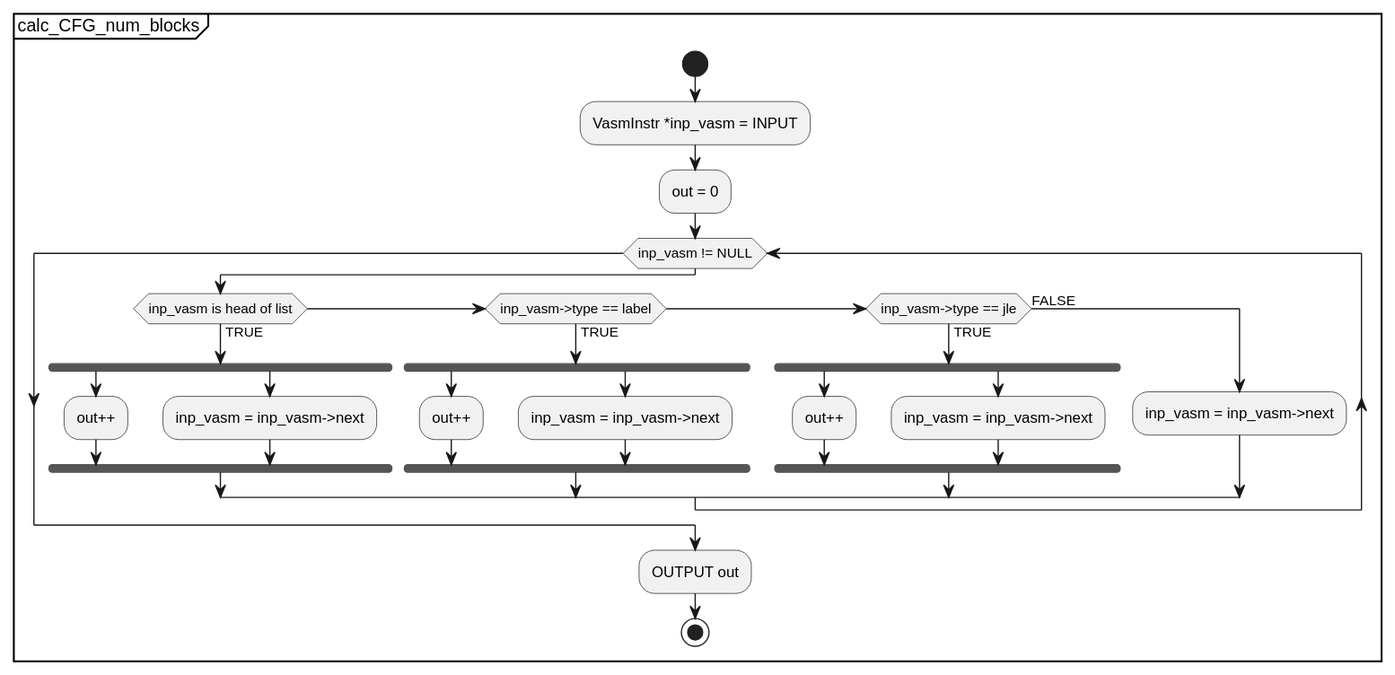
KeithCBrett/Python-Compiler keeps this PlantUML diagram as docs/UML/Control_Flow_Graph_Generation_Scheme/submodules/svg/calc_CFG_num_blocks.svg. Above is the earlier version.
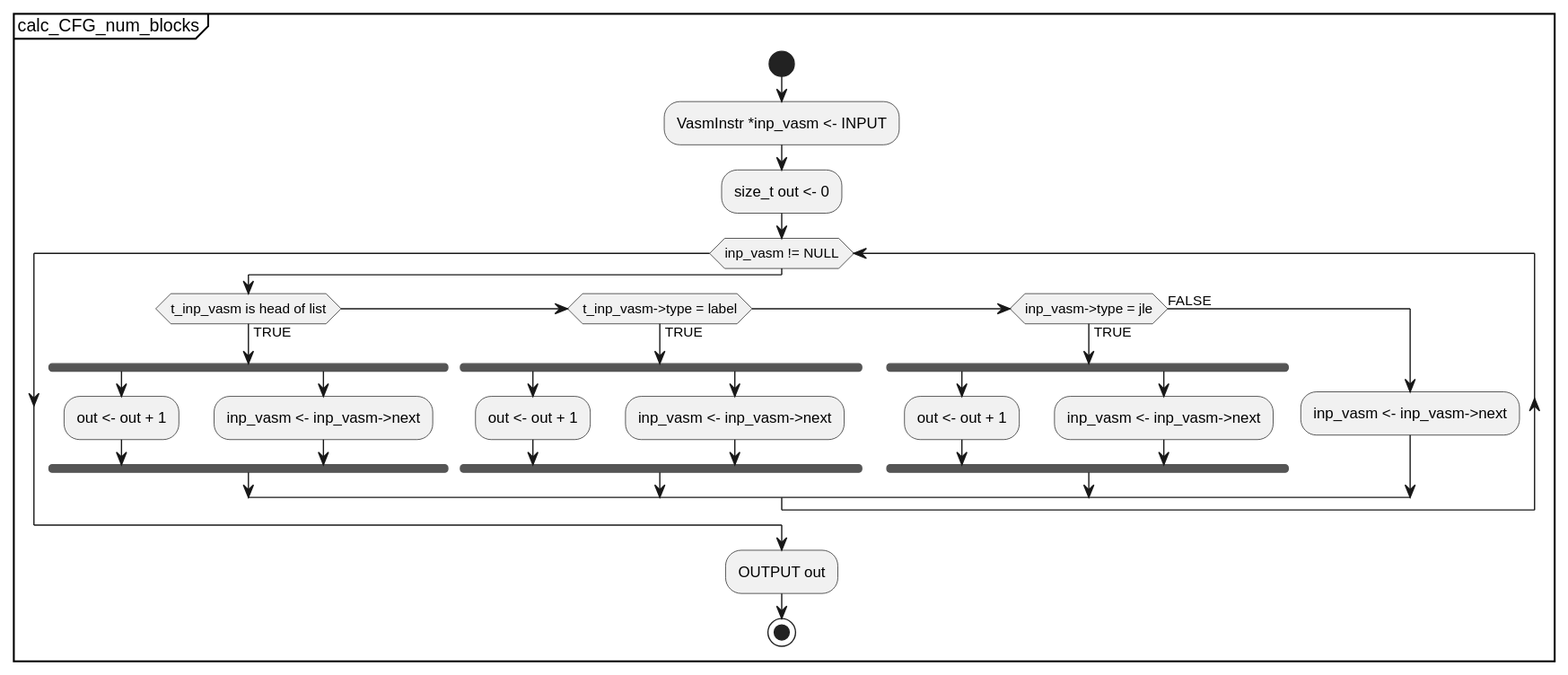
After the change.

Diff of the diagram source:
```diff
@@ -1,32 +1,32 @@
 @startuml
 partition calc_CFG_num_blocks {
-    start
-    :VasmInstr *inp_vasm = INPUT;
-    :out = 0;
-    while (inp_vasm != NULL)
-        if (inp_vasm is head of list) then (TRUE)
-            fork
-                :out++;
-            fork again
-                :inp_vasm = inp_vasm->next;
-            fork end
-        elseif (inp_vasm->type == label) then (TRUE)
-            fork
-                :out++;
-            fork again
-                :inp_vasm = inp_vasm->next;
-            fork end
-        elseif (inp_vasm->type == jle) then (TRUE)
-            fork
-                :out++;
-            fork again
-                :inp_vasm = inp_vasm->next;
-            fork end
-        else (FALSE)
-            :inp_vasm = inp_vasm->next;
-        endif
-    endwhile
-    :OUTPUT out;
-    stop
+	start
+	:VasmInstr *inp_vasm <- INPUT;
+	:size_t out <- 0;
+	while (inp_vasm != NULL)
+		if (t_inp_vasm is head of list) then (TRUE)
+			fork
+				:out <- out + 1;
+			fork again
+				:inp_vasm <- inp_vasm->next;
+			fork end
+		elseif (t_inp_vasm->type = label) then (TRUE)
+			fork
+				:out <- out + 1;
+			fork again
+				:inp_vasm <- inp_vasm->next;
+			fork end
+		elseif (inp_vasm->type = jle) then (TRUE)
+			fork
+				:out <- out + 1;
+			fork again
+				:inp_vasm <- inp_vasm->next;
+			fork end
+		else (FALSE)
+			:inp_vasm <- inp_vasm->next;
+		endif
+	endwhile
+	:OUTPUT out;
+	stop
 }
 @enduml
```
